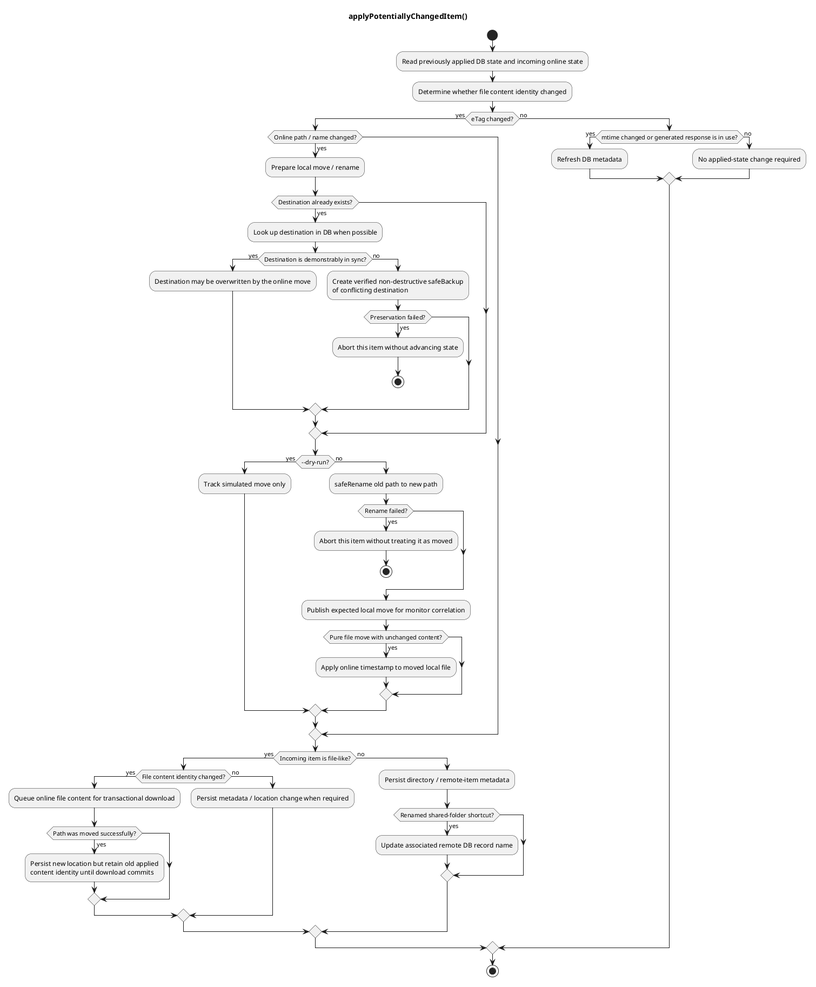
Above: docs/puml/applyPotentiallyChangedItem.png in abraunegg/onedrive (PlantUML), before the change.
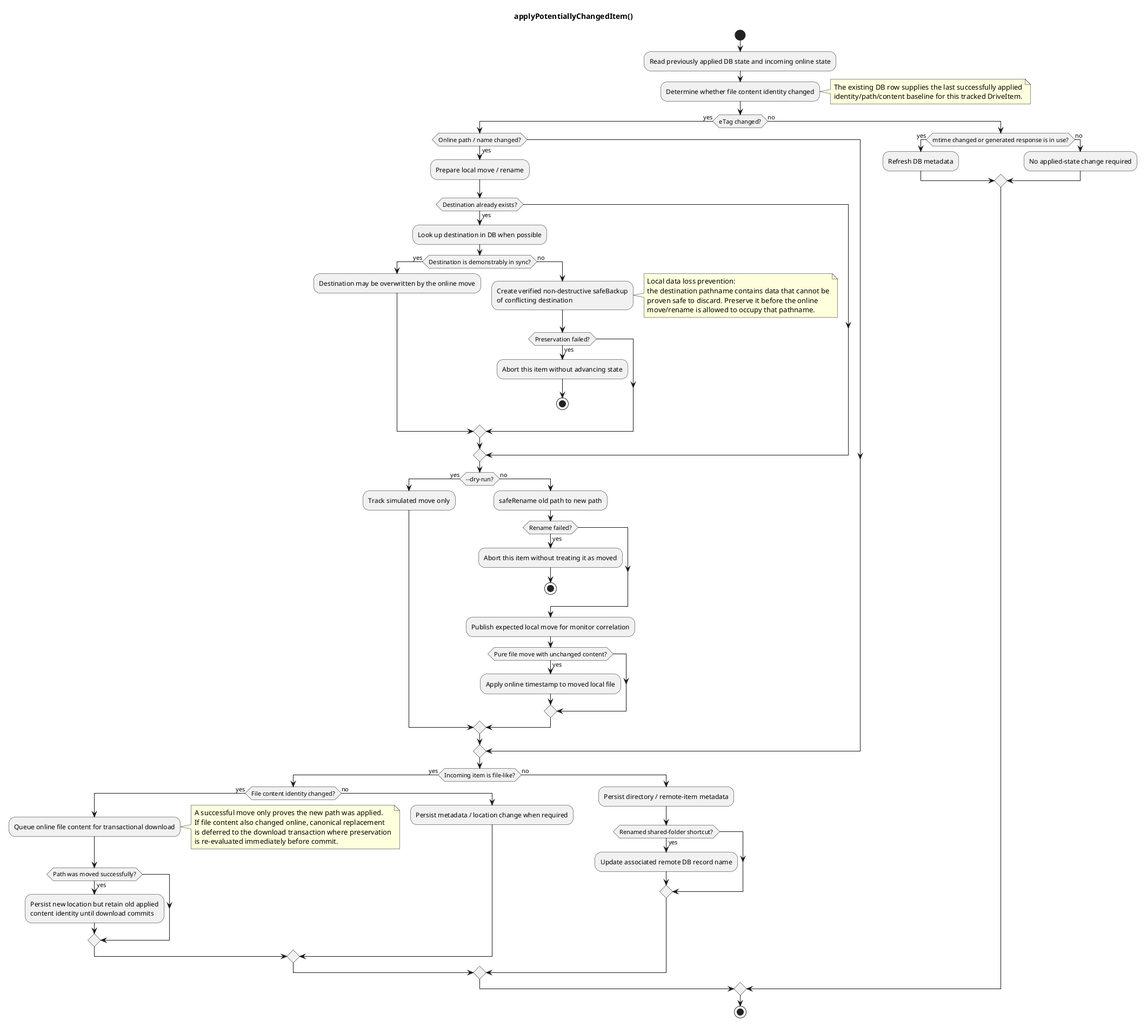
The same file after the commit.

What changed in the source:
```diff
@@ -4,6 +4,10 @@
 
 :Read previously applied DB state and incoming online state;
 :Determine whether file content identity changed;
+note right
+  The existing DB row supplies the last successfully applied
+  identity/path/content baseline for this tracked DriveItem.
+end note
 
 if (eTag changed?) then (yes)
   if (Online path / name changed?) then (yes)
@@ -14,6 +18,12 @@
         :Destination may be overwritten by the online move;
       else (no)
         :Create verified non-destructive safeBackup\nof conflicting destination;
+        note right
+          Local data loss prevention:
+          the destination pathname contains data that cannot be
+          proven safe to discard. Preserve it before the online
+          move/rename is allowed to occupy that pathname.
+        end note
         if (Preservation failed?) then (yes)
           :Abort this item without advancing state;
           stop
@@ -39,6 +49,12 @@
   if (Incoming item is file-like?) then (yes)
     if (File content identity changed?) then (yes)
       :Queue online file content for transactional download;
+      note right
+        A successful move only proves the new path was applied.
+        If file content also changed online, canonical replacement
+        is deferred to the download transaction where preservation
+        is re-evaluated immediately before commit.
+      end note
       if (Path was moved successfully?) then (yes)
         :Persist new location but retain old applied\ncontent identity until download commits;
       endif
```
